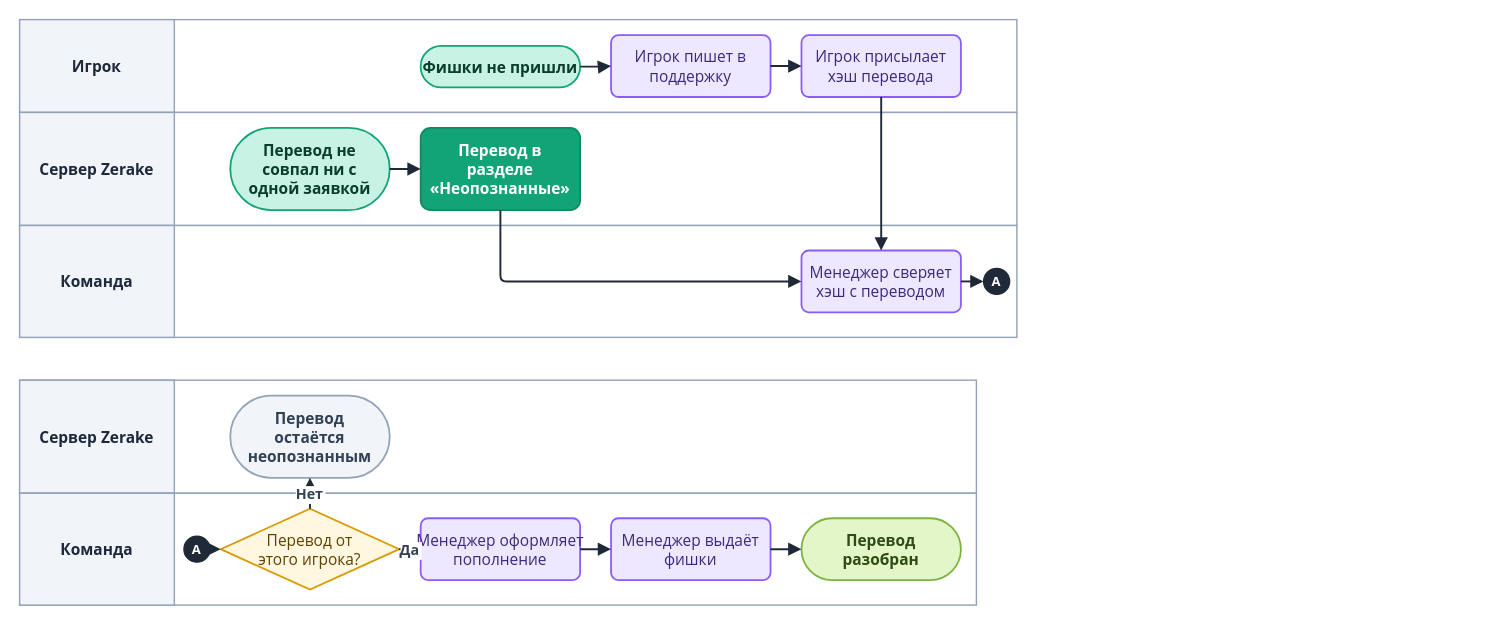
The draw.io diagram diagrams/drawio/unmatched.drawio in LILSUFFER/zerake-docs, before the edit. Source tidied: cells renumbered, new cells numbered last; positions are measured from the earlier drawing's top-left corner, leaving out a move shared by most shapes. Both pictures are drawn from the tidied source at 119%, with x=0, y=0 at pixel (19, 19).
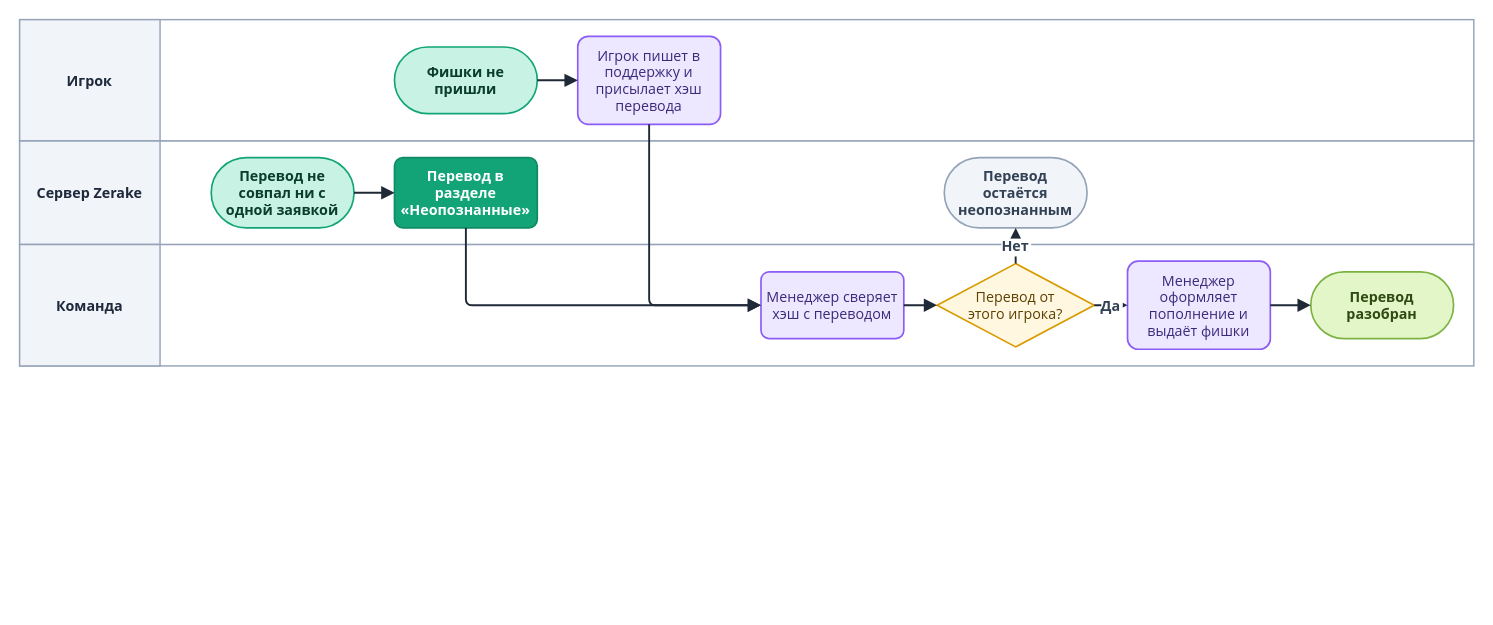
The same diagram, later.

Diff of the diagram source:
```diff
@@
     <mxCell id="2" style="rounded=0;html=0;fillColor=#FFFFFF;strokeColor=#94A3B8;strokeWidth=1.2;" parent="1" vertex="1">
-      <mxGeometry width="838" height="78" as="geometry" />
+      <mxGeometry width="1222" height="102" as="geometry" />
     </mxCell>
-    <mxCell id="3" value="Игрок" style="rounded=0;html=0;fillColor=#F1F4F9;strokeColor=#94A3B8;strokeWidth=1.2;fontColor=#1E293B;fontStyle=1;fontSize=13;fontFamily=Segoe UI;align=center;verticalAlign=middle;" parent="1" vertex="1">
-      <mxGeometry width="130" height="78" as="geometry" />
+    <mxCell id="3" value="Игрок" style="rounded=0;html=0;fillColor=#F1F4F9;strokeColor=#94A3B8;strokeWidth=1.2;fontColor=#1E293B;fontStyle=1;fontSize=12;fontFamily=Segoe UI;align=center;verticalAlign=middle;" parent="1" vertex="1">
+      <mxGeometry width="118" height="102" as="geometry" />
     </mxCell>
     <mxCell id="4" style="rounded=0;html=0;fillColor=#FFFFFF;strokeColor=#94A3B8;strokeWidth=1.2;" parent="1" vertex="1">
-      <mxGeometry y="78" width="838" height="95" as="geometry" />
+      <mxGeometry y="102" width="1222" height="87" as="geometry" />
     </mxCell>
-    <mxCell id="5" value="Сервер Zerake" style="rounded=0;html=0;fillColor=#F1F4F9;strokeColor=#94A3B8;strokeWidth=1.2;fontColor=#1E293B;fontStyle=1;fontSize=13;fontFamily=Segoe UI;align=center;verticalAlign=middle;" parent="1" vertex="1">
-      <mxGeometry y="78" width="130" height="95" as="geometry" />
+    <mxCell id="5" value="Сервер Zerake" style="rounded=0;html=0;fillColor=#F1F4F9;strokeColor=#94A3B8;strokeWidth=1.2;fontColor=#1E293B;fontStyle=1;fontSize=12;fontFamily=Segoe UI;align=center;verticalAlign=middle;" parent="1" vertex="1">
+      <mxGeometry y="102" width="118" height="87" as="geometry" />
     </mxCell>
     <mxCell id="6" style="rounded=0;html=0;fillColor=#FFFFFF;strokeColor=#94A3B8;strokeWidth=1.2;" parent="1" vertex="1">
-      <mxGeometry y="173" width="838" height="94" as="geometry" />
+      <mxGeometry y="189" width="1222" height="102" as="geometry" />
     </mxCell>
-    <mxCell id="7" value="Команда" style="rounded=0;html=0;fillColor=#F1F4F9;strokeColor=#94A3B8;strokeWidth=1.2;fontColor=#1E293B;fontStyle=1;fontSize=13;fontFamily=Segoe UI;align=center;verticalAlign=middle;" parent="1" vertex="1">
-      <mxGeometry y="173" width="130" height="94" as="geometry" />
+    <mxCell id="7" value="Команда" style="rounded=0;html=0;fillColor=#F1F4F9;strokeColor=#94A3B8;strokeWidth=1.2;fontColor=#1E293B;fontStyle=1;fontSize=12;fontFamily=Segoe UI;align=center;verticalAlign=middle;" parent="1" vertex="1">
+      <mxGeometry y="189" width="118" height="102" as="geometry" />
     </mxCell>
-    <mxCell id="8" style="rounded=0;html=0;fillColor=#FFFFFF;strokeColor=#94A3B8;strokeWidth=1.2;" parent="1" vertex="1">
-      <mxGeometry y="303" width="804" height="95" as="geometry" />
-    </mxCell>
-    <mxCell id="9" value="Сервер Zerake" style="rounded=0;html=0;fillColor=#F1F4F9;strokeColor=#94A3B8;strokeWidth=1.2;fontColor=#1E293B;fontStyle=1;fontSize=13;fontFamily=Segoe UI;align=center;verticalAlign=middle;" parent="1" vertex="1">
-      <mxGeometry y="303" width="130" height="95" as="geometry" />
-    </mxCell>
-    <mxCell id="10" style="rounded=0;html=0;fillColor=#FFFFFF;strokeColor=#94A3B8;strokeWidth=1.2;" parent="1" vertex="1">
-      <mxGeometry y="398" width="804" height="94" as="geometry" />
-    </mxCell>
-    <mxCell id="11" value="Команда" style="rounded=0;html=0;fillColor=#F1F4F9;strokeColor=#94A3B8;strokeWidth=1.2;fontColor=#1E293B;fontStyle=1;fontSize=13;fontFamily=Segoe UI;align=center;verticalAlign=middle;" parent="1" vertex="1">
-      <mxGeometry y="398" width="130" height="94" as="geometry" />
-    </mxCell>
-    <mxCell id="12" value="Перевод не&#10;совпал ни с&#10;одной заявкой" style="rounded=1;arcSize=50;html=0;fontStyle=1;fillColor=#C7F2E4;strokeColor=#12A477;fontColor=#0B3D2C;fontFamily=Segoe UI;fontSize=13;strokeWidth=1.5;" parent="1" vertex="1">
-      <mxGeometry x="177" y="91" width="134" height="69" as="geometry" />
+    <mxCell id="12" value="Перевод не&#10;совпал ни с&#10;одной заявкой" style="rounded=1;arcSize=50;html=0;fontStyle=1;fillColor=#C7F2E4;strokeColor=#12A477;fontColor=#0B3D2C;fontFamily=Segoe UI;fontSize=12;strokeWidth=1.4;" parent="1" vertex="1">
+      <mxGeometry x="161" y="116" width="120" height="59" as="geometry" />
     </mxCell>
+    <mxCell id="14" value="Перевод в&#10;разделе&#10;«Неопознанные»" style="rounded=1;arcSize=12;html=0;fillColor=#12A477;strokeColor=#0F8A63;fontColor=#FFFFFF;fontStyle=1;fontFamily=Segoe UI;fontSize=12;strokeWidth=1.4;" parent="1" vertex="1">
+      <mxGeometry x="315" y="116" width="120" height="59" as="geometry" />
+    </mxCell>
-    <mxCell id="13" value="Фишки не пришли" style="rounded=1;arcSize=50;html=0;fontStyle=1;fillColor=#C7F2E4;strokeColor=#12A477;fontColor=#0B3D2C;fontFamily=Segoe UI;fontSize=13;strokeWidth=1.5;" parent="1" vertex="1">
-      <mxGeometry x="337" y="22" width="134" height="35" as="geometry" />
+    <mxCell id="13" value="Фишки не&#10;пришли" style="rounded=1;arcSize=50;html=0;fontStyle=1;fillColor=#C7F2E4;strokeColor=#12A477;fontColor=#0B3D2C;fontFamily=Segoe UI;fontSize=12;strokeWidth=1.4;" parent="1" vertex="1">
+      <mxGeometry x="315" y="23" width="120" height="56" as="geometry" />
     </mxCell>
-    <mxCell id="14" value="Перевод в&#10;разделе&#10;«Неопознанные»" style="rounded=1;arcSize=12;html=0;fillColor=#12A477;strokeColor=#0F8A63;fontColor=#FFFFFF;fontStyle=1;fontFamily=Segoe UI;fontSize=13;strokeWidth=1.5;" parent="1" vertex="1">
-      <mxGeometry x="337" y="91" width="134" height="69" as="geometry" />
-    </mxCell>
-    <mxCell id="15" value="Игрок пишет в&#10;поддержку" style="rounded=1;arcSize=12;html=0;fillColor=#EDE7FF;strokeColor=#8B5CF6;fontColor=#3B2A7A;fontFamily=Segoe UI;fontSize=13;strokeWidth=1.5;" parent="1" vertex="1">
-      <mxGeometry x="497" y="13" width="134" height="52" as="geometry" />
+    <mxCell id="15" value="Игрок пишет в&#10;поддержку и&#10;присылает хэш&#10;перевода" style="rounded=1;arcSize=12;html=0;fillColor=#EDE7FF;strokeColor=#8B5CF6;fontColor=#3B2A7A;fontFamily=Segoe UI;fontSize=12;strokeWidth=1.4;" parent="1" vertex="1">
+      <mxGeometry x="469" y="14" width="120" height="74" as="geometry" />
     </mxCell>
-    <mxCell id="16" value="Игрок присылает&#10;хэш перевода" style="rounded=1;arcSize=12;html=0;fillColor=#EDE7FF;strokeColor=#8B5CF6;fontColor=#3B2A7A;fontFamily=Segoe UI;fontSize=13;strokeWidth=1.5;" parent="1" vertex="1">
-      <mxGeometry x="657" y="13" width="134" height="52" as="geometry" />
-    </mxCell>
-    <mxCell id="17" value="Менеджер сверяет&#10;хэш с переводом" style="rounded=1;arcSize=12;html=0;fillColor=#EDE7FF;strokeColor=#8B5CF6;fontColor=#3B2A7A;fontFamily=Segoe UI;fontSize=13;strokeWidth=1.5;" parent="1" vertex="1">
-      <mxGeometry x="657" y="194" width="134" height="52" as="geometry" />
+    <mxCell id="17" value="Менеджер сверяет&#10;хэш с переводом" style="rounded=1;arcSize=12;html=0;fillColor=#EDE7FF;strokeColor=#8B5CF6;fontColor=#3B2A7A;fontFamily=Segoe UI;fontSize=12;strokeWidth=1.4;" parent="1" vertex="1">
+      <mxGeometry x="623" y="212" width="120" height="56" as="geometry" />
     </mxCell>
-    <mxCell id="18" value="Перевод от&#10;этого игрока?" style="rhombus;html=0;fillColor=#FFF7E0;strokeColor=#D99A00;fontColor=#5C4100;fontFamily=Segoe UI;fontSize=13;strokeWidth=1.5;" parent="1" vertex="1">
-      <mxGeometry x="169" y="411" width="150" height="68" as="geometry" />
+    <mxCell id="18" value="Перевод от&#10;этого игрока?" style="rhombus;html=0;fillColor=#FFF7E0;strokeColor=#D99A00;fontColor=#5C4100;fontFamily=Segoe UI;fontSize=12;strokeWidth=1.4;" parent="1" vertex="1">
+      <mxGeometry x="771" y="205" width="132" height="70" as="geometry" />
     </mxCell>
-    <mxCell id="19" value="Перевод&#10;остаётся&#10;неопознанным" style="rounded=1;arcSize=50;html=0;fontStyle=1;fillColor=#F1F5F9;strokeColor=#94A3B8;fontColor=#334155;fontFamily=Segoe UI;fontSize=13;strokeWidth=1.5;" parent="1" vertex="1">
-      <mxGeometry x="177" y="316" width="134" height="69" as="geometry" />
+    <mxCell id="19" value="Перевод&#10;остаётся&#10;неопознанным" style="rounded=1;arcSize=50;html=0;fontStyle=1;fillColor=#F1F5F9;strokeColor=#94A3B8;fontColor=#334155;fontFamily=Segoe UI;fontSize=12;strokeWidth=1.4;" parent="1" vertex="1">
+      <mxGeometry x="777" y="116" width="120" height="59" as="geometry" />
     </mxCell>
-    <mxCell id="20" value="Менеджер оформляет&#10;пополнение" style="rounded=1;arcSize=12;html=0;fillColor=#EDE7FF;strokeColor=#8B5CF6;fontColor=#3B2A7A;fontFamily=Segoe UI;fontSize=13;strokeWidth=1.5;" parent="1" vertex="1">
-      <mxGeometry x="337" y="419" width="134" height="52" as="geometry" />
+    <mxCell id="20" value="Менеджер&#10;оформляет&#10;пополнение и&#10;выдаёт фишки" style="rounded=1;arcSize=12;html=0;fillColor=#EDE7FF;strokeColor=#8B5CF6;fontColor=#3B2A7A;fontFamily=Segoe UI;fontSize=12;strokeWidth=1.4;" parent="1" vertex="1">
+      <mxGeometry x="931" y="203" width="120" height="74" as="geometry" />
     </mxCell>
-    <mxCell id="21" value="Менеджер выдаёт&#10;фишки" style="rounded=1;arcSize=12;html=0;fillColor=#EDE7FF;strokeColor=#8B5CF6;fontColor=#3B2A7A;fontFamily=Segoe UI;fontSize=13;strokeWidth=1.5;" parent="1" vertex="1">
-      <mxGeometry x="497" y="419" width="134" height="52" as="geometry" />
-    </mxCell>
-    <mxCell id="22" value="Перевод&#10;разобран" style="rounded=1;arcSize=50;html=0;fontStyle=1;fillColor=#E3F6C8;strokeColor=#7CB342;fontColor=#2F4A12;fontFamily=Segoe UI;fontSize=13;strokeWidth=1.5;" parent="1" vertex="1">
-      <mxGeometry x="657" y="419" width="134" height="52" as="geometry" />
+    <mxCell id="22" value="Перевод&#10;разобран" style="rounded=1;arcSize=50;html=0;fontStyle=1;fillColor=#E3F6C8;strokeColor=#7CB342;fontColor=#2F4A12;fontFamily=Segoe UI;fontSize=12;strokeWidth=1.4;" parent="1" vertex="1">
+      <mxGeometry x="1085" y="212" width="120" height="56" as="geometry" />
     </mxCell>
@@
-    <mxCell id="26" style="edgeStyle=orthogonalEdgeStyle;rounded=1;arcSize=10;jettySize=auto;html=0;strokeColor=#1F2937;strokeWidth=1.6;endArrow=block;endFill=1;endSize=7;fontFamily=Segoe UI;fontSize=12;fontStyle=1;fontColor=#334155;labelBackgroundColor=#FFFFFF;" parent="1" edge="1" source="15" target="16">
+    <mxCell id="26" style="edgeStyle=orthogonalEdgeStyle;rounded=1;arcSize=10;jettySize=auto;html=0;strokeColor=#1F2937;strokeWidth=1.6;endArrow=block;endFill=1;endSize=7;fontFamily=Segoe UI;fontSize=12;fontStyle=1;fontColor=#334155;labelBackgroundColor=#FFFFFF;exitX=0.5;exitY=1;entryX=0;entryY=0.5;" parent="1" edge="1" source="15" target="17">
       <mxGeometry relative="1" as="geometry" />
     </mxCell>
-    <mxCell id="27" style="edgeStyle=orthogonalEdgeStyle;rounded=1;arcSize=10;jettySize=auto;html=0;strokeColor=#1F2937;strokeWidth=1.6;endArrow=block;endFill=1;endSize=7;fontFamily=Segoe UI;fontSize=12;fontStyle=1;fontColor=#334155;labelBackgroundColor=#FFFFFF;" parent="1" edge="1" source="16" target="17">
+    <mxCell id="27" style="edgeStyle=orthogonalEdgeStyle;rounded=1;arcSize=10;jettySize=auto;html=0;strokeColor=#1F2937;strokeWidth=1.6;endArrow=block;endFill=1;endSize=7;fontFamily=Segoe UI;fontSize=12;fontStyle=1;fontColor=#334155;labelBackgroundColor=#FFFFFF;" parent="1" edge="1" source="17" target="18">
       <mxGeometry relative="1" as="geometry" />
     </mxCell>
-    <mxCell id="28" value="A" style="ellipse;html=0;fillColor=#1F2937;strokeColor=#1F2937;fontColor=#FFFFFF;fontStyle=1;fontSize=11;fontFamily=Segoe UI;" parent="1" vertex="1">
-      <mxGeometry x="810" y="209" width="22" height="22" as="geometry" />
-    </mxCell>
-    <mxCell id="29" value="A" style="ellipse;html=0;fillColor=#1F2937;strokeColor=#1F2937;fontColor=#FFFFFF;fontStyle=1;fontSize=11;fontFamily=Segoe UI;" parent="1" vertex="1">
-      <mxGeometry x="138" y="434" width="22" height="22" as="geometry" />
-    </mxCell>
-    <mxCell id="30" style="edgeStyle=orthogonalEdgeStyle;rounded=1;arcSize=10;jettySize=auto;html=0;strokeColor=#1F2937;strokeWidth=1.6;endArrow=block;endFill=1;endSize=7;fontFamily=Segoe UI;fontSize=12;fontStyle=1;fontColor=#334155;labelBackgroundColor=#FFFFFF;exitX=1;exitY=0.5;entryX=0;entryY=0.5;" parent="1" edge="1" source="17" target="28">
+    <mxCell id="30" value="Нет" style="edgeStyle=orthogonalEdgeStyle;rounded=1;arcSize=10;jettySize=auto;html=0;strokeColor=#1F2937;strokeWidth=1.6;endArrow=block;endFill=1;endSize=7;fontFamily=Segoe UI;fontSize=12;fontStyle=1;fontColor=#334155;labelBackgroundColor=#FFFFFF;" parent="1" edge="1" source="18" target="19">
       <mxGeometry relative="1" as="geometry" />
     </mxCell>
-    <mxCell id="31" style="edgeStyle=orthogonalEdgeStyle;rounded=1;arcSize=10;jettySize=auto;html=0;strokeColor=#1F2937;strokeWidth=1.6;endArrow=block;endFill=1;endSize=7;fontFamily=Segoe UI;fontSize=12;fontStyle=1;fontColor=#334155;labelBackgroundColor=#FFFFFF;exitX=1;exitY=0.5;entryX=0;entryY=0.5;" parent="1" edge="1" source="29" target="18">
-      <mxGeometry relative="1" as="geometry" />
-    </mxCell>
-    <mxCell id="32" value="Нет" style="edgeStyle=orthogonalEdgeStyle;rounded=1;arcSize=10;jettySize=auto;html=0;strokeColor=#1F2937;strokeWidth=1.6;endArrow=block;endFill=1;endSize=7;fontFamily=Segoe UI;fontSize=12;fontStyle=1;fontColor=#334155;labelBackgroundColor=#FFFFFF;" parent="1" edge="1" source="18" target="19">
+    <mxCell id="32" value="Да" style="edgeStyle=orthogonalEdgeStyle;rounded=1;arcSize=10;jettySize=auto;html=0;strokeColor=#1F2937;strokeWidth=1.6;endArrow=block;endFill=1;endSize=7;fontFamily=Segoe UI;fontSize=12;fontStyle=1;fontColor=#334155;labelBackgroundColor=#FFFFFF;" parent="1" edge="1" source="18" target="20">
       <mxGeometry relative="1" as="geometry" />
     </mxCell>
-    <mxCell id="33" value="Да" style="edgeStyle=orthogonalEdgeStyle;rounded=1;arcSize=10;jettySize=auto;html=0;strokeColor=#1F2937;strokeWidth=1.6;endArrow=block;endFill=1;endSize=7;fontFamily=Segoe UI;fontSize=12;fontStyle=1;fontColor=#334155;labelBackgroundColor=#FFFFFF;" parent="1" edge="1" source="18" target="20">
+    <mxCell id="33" style="edgeStyle=orthogonalEdgeStyle;rounded=1;arcSize=10;jettySize=auto;html=0;strokeColor=#1F2937;strokeWidth=1.6;endArrow=block;endFill=1;endSize=7;fontFamily=Segoe UI;fontSize=12;fontStyle=1;fontColor=#334155;labelBackgroundColor=#FFFFFF;" parent="1" edge="1" source="20" target="22">
       <mxGeometry relative="1" as="geometry" />
     </mxCell>
-    <mxCell id="34" style="edgeStyle=orthogonalEdgeStyle;rounded=1;arcSize=10;jettySize=auto;html=0;strokeColor=#1F2937;strokeWidth=1.6;endArrow=block;endFill=1;endSize=7;fontFamily=Segoe UI;fontSize=12;fontStyle=1;fontColor=#334155;labelBackgroundColor=#FFFFFF;" parent="1" edge="1" source="20" target="21">
-      <mxGeometry relative="1" as="geometry" />
-    </mxCell>
-    <mxCell id="35" style="edgeStyle=orthogonalEdgeStyle;rounded=1;arcSize=10;jettySize=auto;html=0;strokeColor=#1F2937;strokeWidth=1.6;endArrow=block;endFill=1;endSize=7;fontFamily=Segoe UI;fontSize=12;fontStyle=1;fontColor=#334155;labelBackgroundColor=#FFFFFF;" parent="1" edge="1" source="21" target="22">
-      <mxGeometry relative="1" as="geometry" />
-    </mxCell>
```
